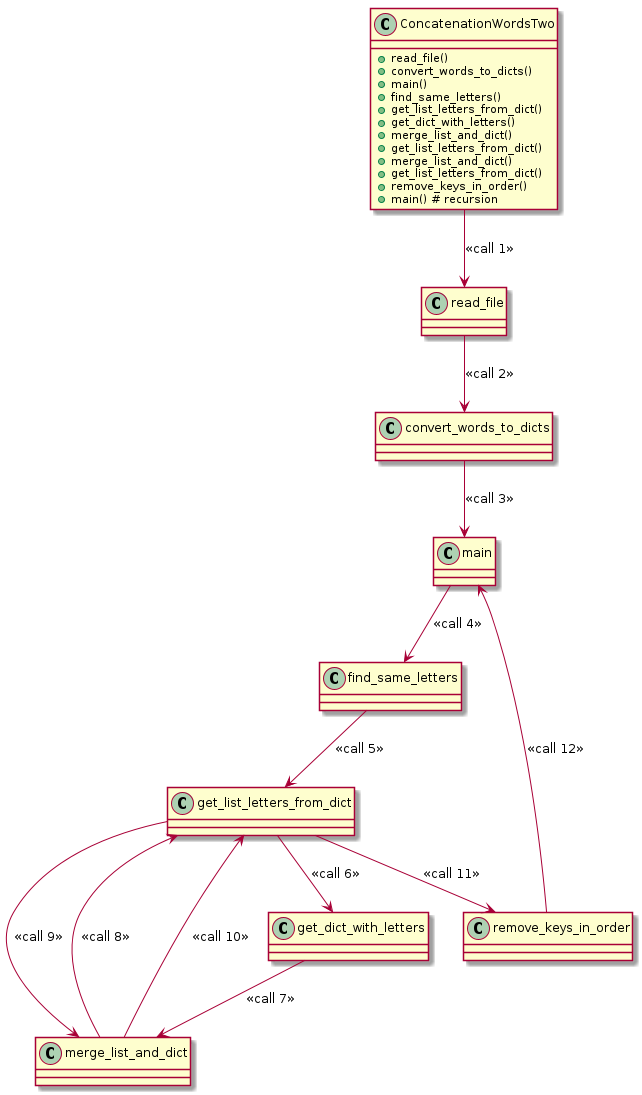
This is concatenation_words_two.png from TimurZav/interview, a PlantUML export, as it was before one commit.
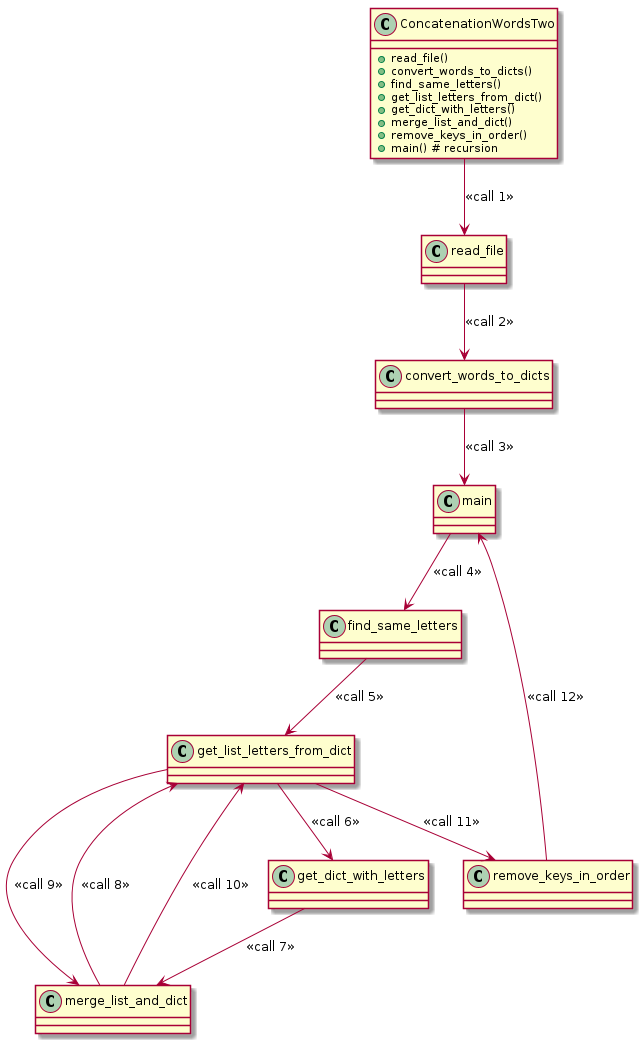
Above is the later version.

Change to the diagram source:
```diff
@@ -4,14 +4,10 @@
 
   + read_file()
   + convert_words_to_dicts()
-  + main()
   + find_same_letters()
   + get_list_letters_from_dict()
   + get_dict_with_letters()
   + merge_list_and_dict()
-  + get_list_letters_from_dict()
-  + merge_list_and_dict()
-  + get_list_letters_from_dict()
   + remove_keys_in_order()
   + main() # recursion
 }
```
